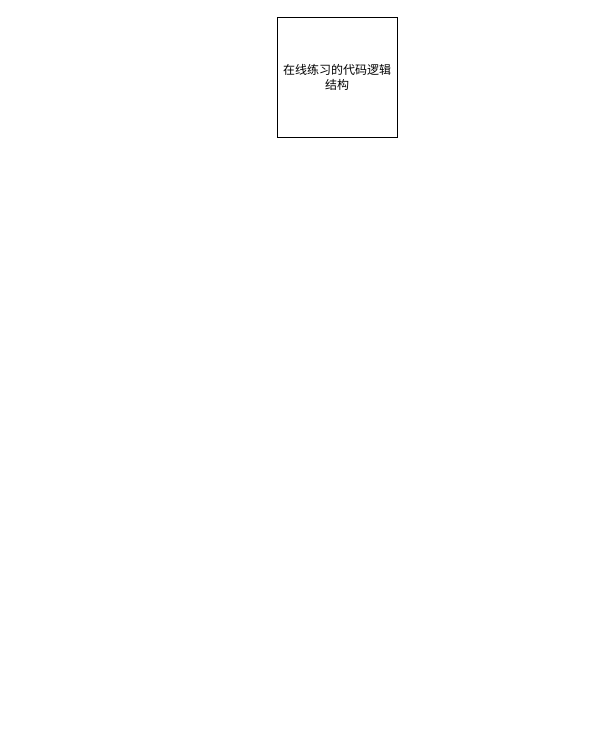
This is recall-在线测试.drawio from dongdonggo/draw, a draw.io file, before an edit. Source tidied: cells renumbered, new cells numbered last; positions are measured from the earlier drawing's top-left corner, leaving out a move shared by most shapes. Both pictures are drawn from the tidied source at 100%, with x=0, y=0 at pixel (277, 17).
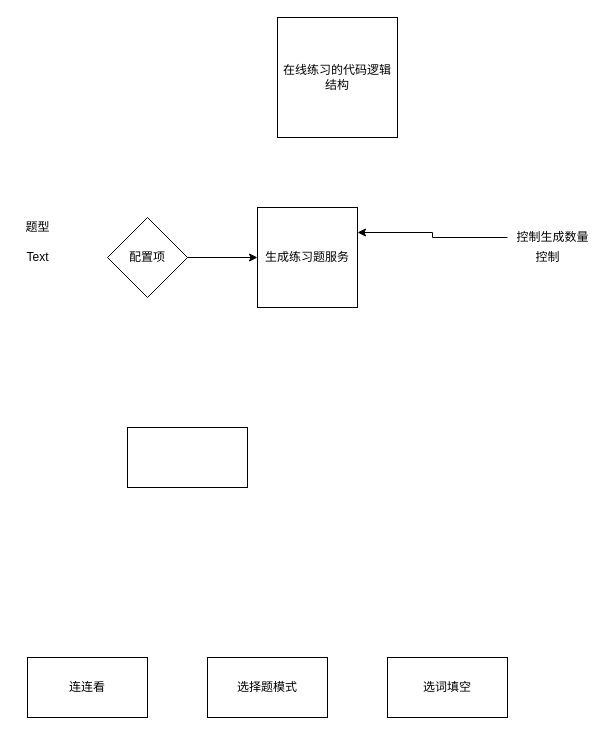
Above is the later version.

Diff of the diagram source:
```diff
@@
 <mxGraphModel>
   <root>
     <mxCell id="0" />
     <mxCell id="1" parent="0" />
     <mxCell id="2" value="在线练习的代码逻辑结构&lt;br&gt;" style="whiteSpace=wrap;html=1;" parent="1" vertex="1">
       <mxGeometry width="120" height="120" as="geometry" />
     </mxCell>
+    <mxCell id="3" value="连连看" style="rounded=0;whiteSpace=wrap;html=1;" parent="1" vertex="1">
+      <mxGeometry x="-250" y="640" width="120" height="60" as="geometry" />
+    </mxCell>
+    <mxCell id="4" value="选择题模式" style="whiteSpace=wrap;html=1;" parent="1" vertex="1">
+      <mxGeometry x="-70" y="640" width="120" height="60" as="geometry" />
+    </mxCell>
+    <mxCell id="5" value="选词填空" style="whiteSpace=wrap;html=1;" parent="1" vertex="1">
+      <mxGeometry x="110" y="640" width="120" height="60" as="geometry" />
+    </mxCell>
+    <mxCell id="6" value="生成练习题服务&lt;br&gt;" style="whiteSpace=wrap;html=1;" parent="1" vertex="1">
+      <mxGeometry x="-20" y="190" width="100" height="100" as="geometry" />
+    </mxCell>
+    <mxCell id="7" style="whiteSpace=wrap;html=1;" parent="1" vertex="1">
+      <mxGeometry x="-150" y="410" width="120" height="60" as="geometry" />
+    </mxCell>
+    <mxCell id="8" style="edgeStyle=orthogonalEdgeStyle;rounded=0;jettySize=auto;html=1;entryX=1;entryY=0.25;entryDx=0;entryDy=0;" parent="1" edge="1" source="9" target="6">
+      <mxGeometry relative="1" as="geometry" />
+    </mxCell>
+    <mxCell id="9" value="控制生成数量" style="text;html=1;align=center;verticalAlign=middle;points=[];" parent="1" vertex="1">
+      <mxGeometry x="230" y="210" width="90" height="20" as="geometry" />
+    </mxCell>
+    <mxCell id="10" style="edgeStyle=orthogonalEdgeStyle;rounded=0;jettySize=auto;html=1;" parent="1" edge="1" source="11" target="6">
+      <mxGeometry relative="1" as="geometry" />
+    </mxCell>
+    <mxCell id="11" value="配置项" style="rhombus;whiteSpace=wrap;html=1;" parent="1" vertex="1">
+      <mxGeometry x="-170" y="200" width="80" height="80" as="geometry" />
+    </mxCell>
+    <mxCell id="12" value="控制" style="text;html=1;align=center;verticalAlign=middle;" parent="1" vertex="1">
+      <mxGeometry x="250" y="230" width="40" height="20" as="geometry" />
+    </mxCell>
+    <mxCell id="13" value="题型" style="text;html=1;align=center;verticalAlign=middle;" parent="1" vertex="1">
+      <mxGeometry x="-260" y="200" width="40" height="20" as="geometry" />
+    </mxCell>
+    <mxCell id="14" value="Text" style="text;html=1;align=center;verticalAlign=middle;" parent="1" vertex="1">
+      <mxGeometry x="-260" y="230" width="40" height="20" as="geometry" />
+    </mxCell>
   </root>
 </mxGraphModel>
```
